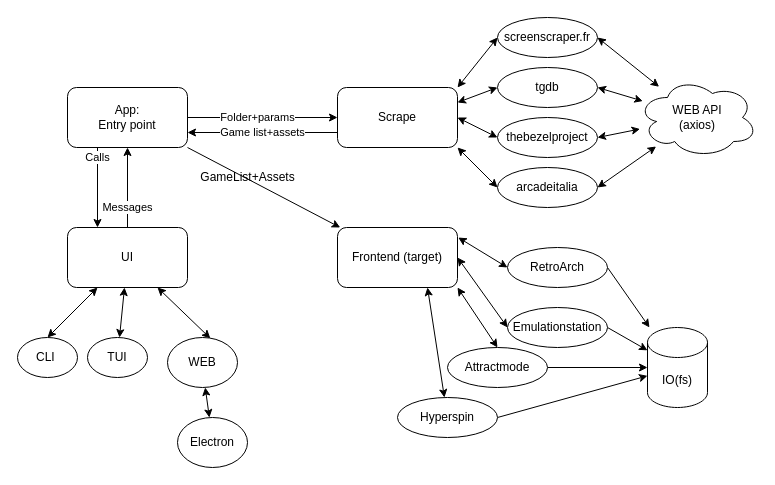
Before: diagrams/architecture.drawio in aaroncruces/rascraper, a draw.io diagram. Source tidied: cells renumbered, new cells numbered last; positions are measured from the earlier drawing's top-left corner, leaving out a move shared by most shapes. Both pictures are drawn from the tidied source at 100%, with x=0, y=0 at pixel (17, 17).
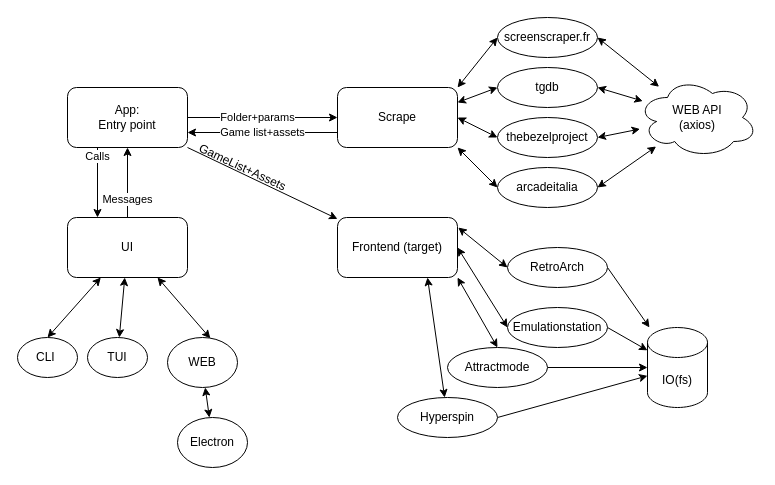
The same page after the edit.

Change to the diagram source:
```diff
@@
     <mxCell id="11" value="UI" style="rounded=1;whiteSpace=wrap;html=1;" parent="1" vertex="1">
-      <mxGeometry x="50" y="210" width="120" height="60" as="geometry" />
+      <mxGeometry x="50" y="200" width="120" height="60" as="geometry" />
     </mxCell>
-    <mxCell id="12" value="CLI&amp;nbsp;" style="ellipse;whiteSpace=wrap;html=1;" parent="1" vertex="1">
+    <mxCell id="12" value="CLI&amp;nbsp;" style="ellipse;whiteSpace=wrap;html=1;shadow=0;" parent="1" vertex="1">
       <mxGeometry y="320" width="60" height="40" as="geometry" />
     </mxCell>
@@
     <mxCell id="33" value="Frontend (target)" style="rounded=1;whiteSpace=wrap;html=1;" parent="1" vertex="1">
-      <mxGeometry x="320" y="210" width="120" height="60" as="geometry" />
+      <mxGeometry x="320" y="200" width="120" height="60" as="geometry" />
     </mxCell>
@@
-    <mxCell id="45" value="GameList+Assets" style="text;html=1;align=center;verticalAlign=middle;strokeColor=none;fillColor=none;" parent="1" vertex="1">
-      <mxGeometry x="175" y="150" width="110" height="20" as="geometry" />
+    <mxCell id="45" value="GameList+Assets" style="text;html=1;align=center;verticalAlign=middle;strokeColor=none;fillColor=none;rotation=25;" parent="1" vertex="1">
+      <mxGeometry x="170" y="140" width="110" height="20" as="geometry" />
     </mxCell>
```
